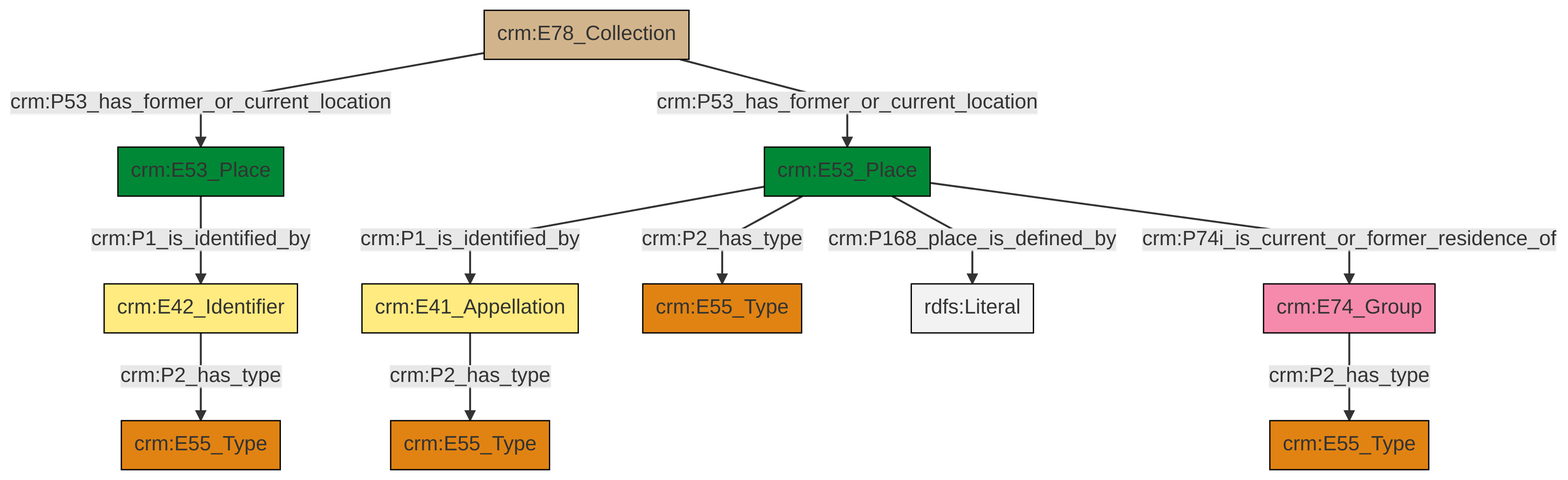
Above: et/archivalCSV/ttl/mmd/png/archival_location.png in swiss-art-research-net/docs.swissartresearch (Mermaid), before the change. Its source is kept beside it as et/archivalCSV/ttl/mmd/archival_location.ttl.mmd.
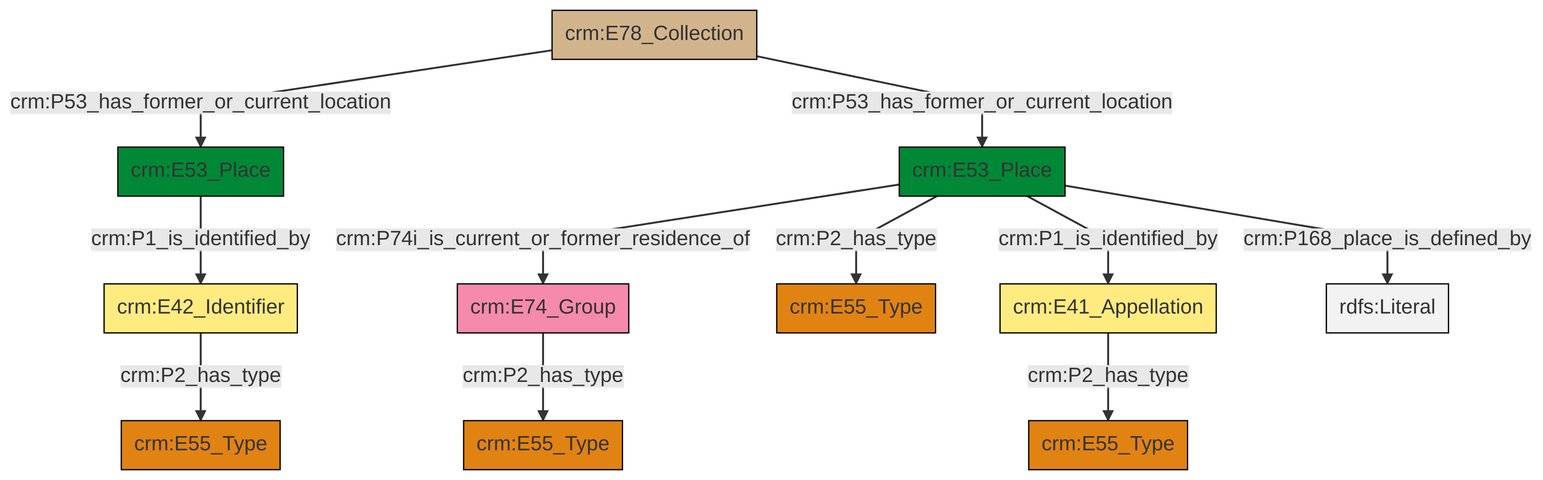
The same file after the commit.

What changed in the source:
```diff
@@ -13,13 +13,13 @@
 classDef PC_Classes fill:#4ce600, stroke:#000000;
 classDef Multi fill:#cccccc,stroke:#000000;
 
-0["crm:E53_Place"]:::Place -->|crm:P1_is_identified_by| 1["crm:E41_Appellation"]:::Appellation
-0["crm:E53_Place"]:::Place -->|crm:P2_has_type| 6["crm:E55_Type"]:::Type
-0["crm:E53_Place"]:::Place -->|crm:P168_place_is_defined_by| 10[rdfs:Literal]:::Literal
-14["crm:E53_Place"]:::Place -->|crm:P1_is_identified_by| 2["crm:E42_Identifier"]:::Appellation
-4["crm:E78_Collection"]:::Physical_Thing -->|crm:P53_has_former_or_current_location| 14["crm:E53_Place"]:::Place
-0["crm:E53_Place"]:::Place -->|crm:P74i_is_current_or_former_residence_of| 20["crm:E74_Group"]:::Actor
-4["crm:E78_Collection"]:::Physical_Thing -->|crm:P53_has_former_or_current_location| 0["crm:E53_Place"]:::Place
-20["crm:E74_Group"]:::Actor -->|crm:P2_has_type| 22["crm:E55_Type"]:::Type
-1["crm:E41_Appellation"]:::Appellation -->|crm:P2_has_type| 16["crm:E55_Type"]:::Type
-2["crm:E42_Identifier"]:::Appellation -->|crm:P2_has_type| 8["crm:E55_Type"]:::Type
+0["crm:E41_Appellation"]:::Appellation -->|crm:P2_has_type| 1["crm:E55_Type"]:::Type
+4["crm:E42_Identifier"]:::Appellation -->|crm:P2_has_type| 5["crm:E55_Type"]:::Type
+7["crm:E78_Collection"]:::Physical_Thing -->|crm:P53_has_former_or_current_location| 8["crm:E53_Place"]:::Place
+2["crm:E53_Place"]:::Place -->|crm:P2_has_type| 10["crm:E55_Type"]:::Type
+2["crm:E53_Place"]:::Place -->|crm:P74i_is_current_or_former_residence_of| 11["crm:E74_Group"]:::Actor
+8["crm:E53_Place"]:::Place -->|crm:P1_is_identified_by| 4["crm:E42_Identifier"]:::Appellation
+2["crm:E53_Place"]:::Place -->|crm:P1_is_identified_by| 0["crm:E41_Appellation"]:::Appellation
+7["crm:E78_Collection"]:::Physical_Thing -->|crm:P53_has_former_or_current_location| 2["crm:E53_Place"]:::Place
+11["crm:E74_Group"]:::Actor -->|crm:P2_has_type| 15["crm:E55_Type"]:::Type
+2["crm:E53_Place"]:::Place -->|crm:P168_place_is_defined_by| 24[rdfs:Literal]:::Literal
```
